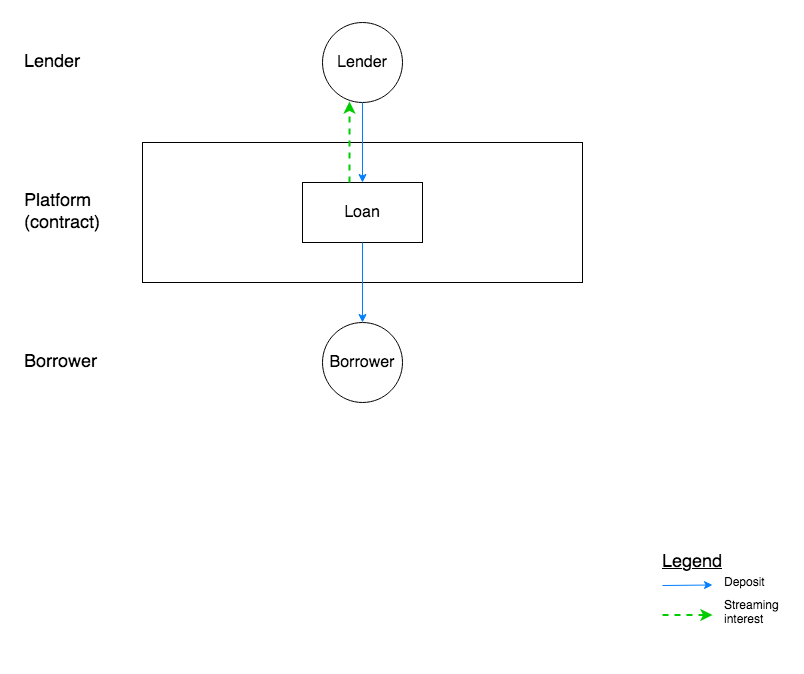
This is presentation/slide01.png from johnson86tw/defuma, a draw.io export, as it was before one commit. Source tidied: cells renumbered, new cells last; positions are measured from the earlier drawing's top-left corner, leaving out a move shared by most shapes.
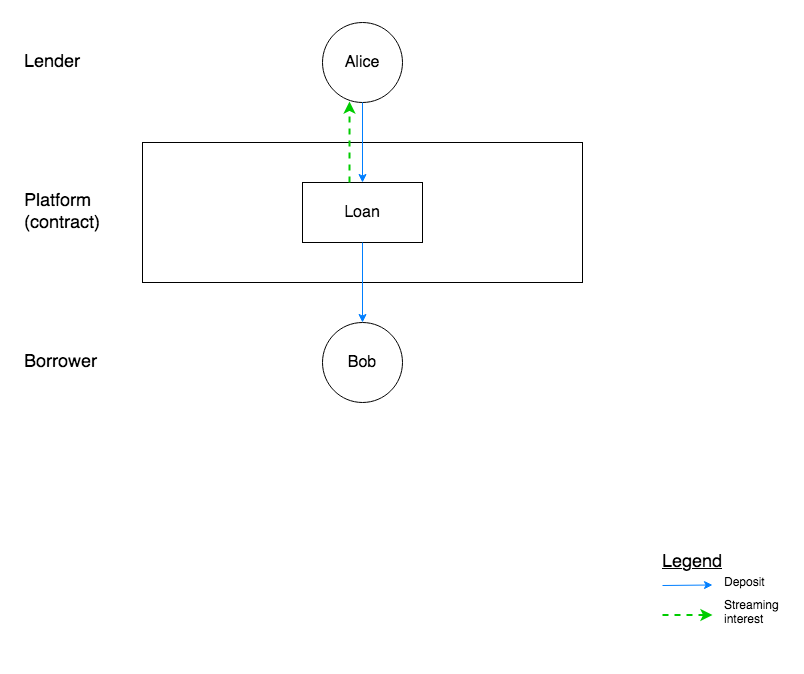
The same file after the commit.

Commit message:
Label Alice and Bob in place of the roles

What changed in the source:
```diff
@@ -5,10 +5,10 @@
     <mxCell id="2" style="rounded=0;whiteSpace=wrap;html=1;strokeWidth=4;fillColor=none;strokeColor=none;" parent="1" vertex="1">
       <mxGeometry width="800" height="670" as="geometry" />
     </mxCell>
-    <mxCell id="3" value="&lt;font style=&quot;font-size: 16px&quot;&gt;Lender&lt;/font&gt;" style="ellipse;whiteSpace=wrap;html=1;" parent="1" vertex="1">
+    <mxCell id="3" value="&lt;font style=&quot;font-size: 16px&quot;&gt;Alice&lt;/font&gt;" style="ellipse;whiteSpace=wrap;html=1;" parent="1" vertex="1">
       <mxGeometry x="320" y="20" width="80" height="80" as="geometry" />
     </mxCell>
-    <mxCell id="4" value="&lt;div style=&quot;font-size: 16px&quot;&gt;&lt;font style=&quot;font-size: 16px&quot;&gt;Borrower&lt;/font&gt;&lt;/div&gt;" style="ellipse;whiteSpace=wrap;html=1;" parent="1" vertex="1">
+    <mxCell id="4" value="&lt;div style=&quot;font-size: 16px&quot;&gt;&lt;font style=&quot;font-size: 16px&quot;&gt;Bob&lt;/font&gt;&lt;/div&gt;" style="ellipse;whiteSpace=wrap;html=1;" parent="1" vertex="1">
       <mxGeometry x="320" y="320" width="80" height="80" as="geometry" />
     </mxCell>
     <mxCell id="5" style="rounded=0;whiteSpace=wrap;html=1;" parent="1" vertex="1">
```
